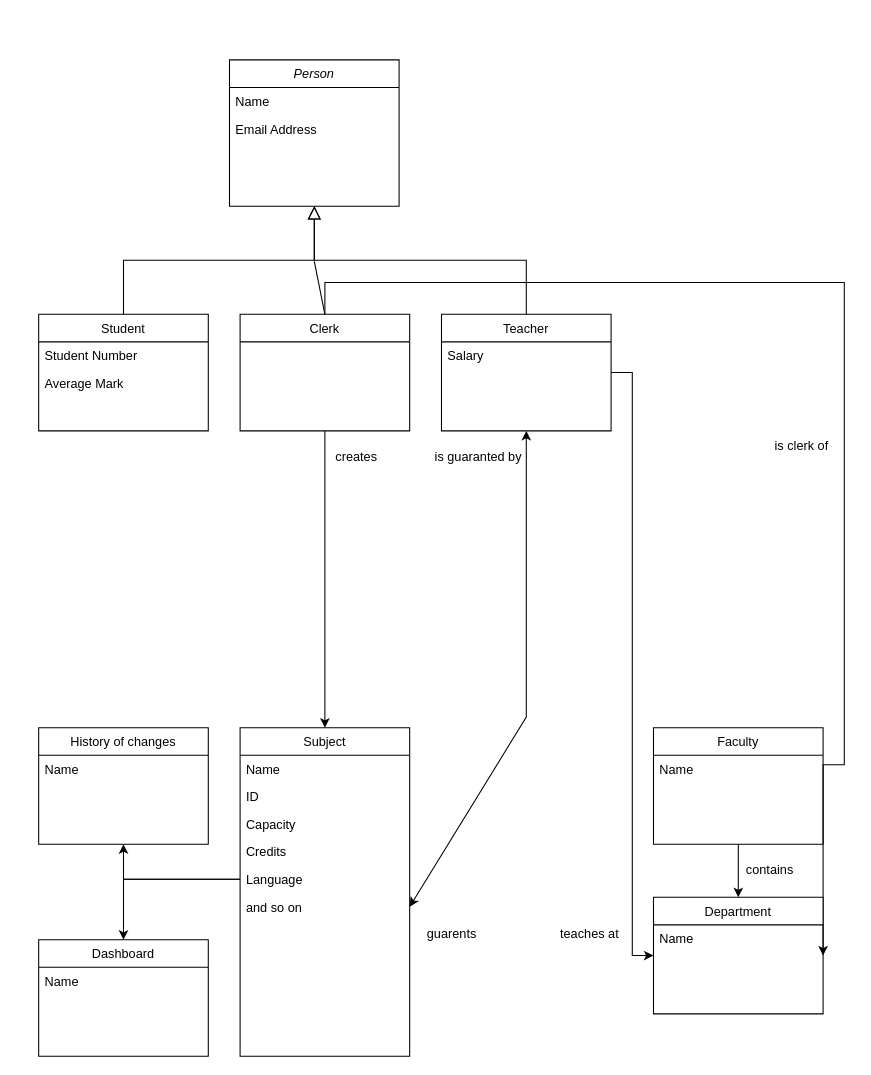
Earlier version of the draw.io diagram data/Domain_model.drawio (vestr-at-work/mff-uk-introduction-to-software-engineering). Source tidied: cells renumbered, new cells numbered last; positions are measured from the earlier drawing's top-left corner, leaving out a move shared by most shapes. Both pictures are drawn from the tidied source at 106%, with x=0, y=0 at pixel (38, 59).
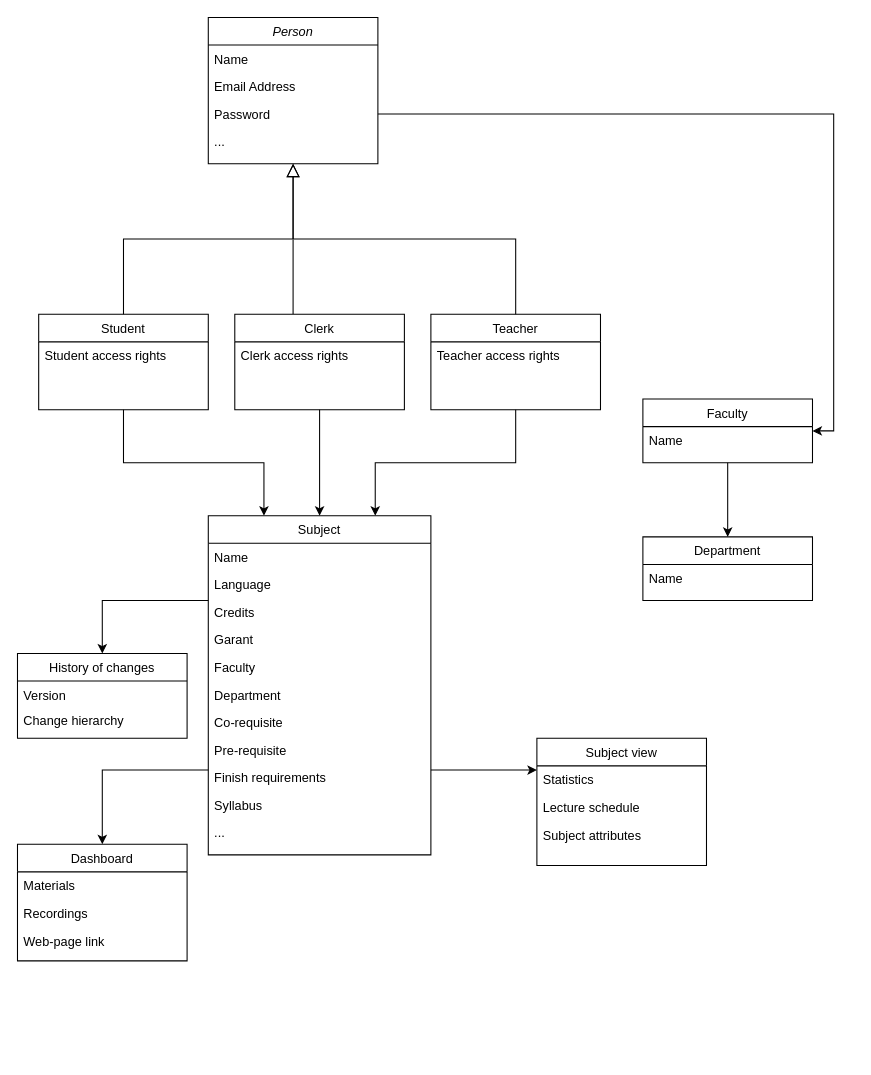
The same diagram, later.

Change to the diagram source:
```diff
@@
     <mxCell id="2" value="Person" style="swimlane;fontStyle=2;align=center;verticalAlign=top;horizontal=1;startSize=26;rounded=0;shadow=0;strokeWidth=1;" parent="1" vertex="1">
-      <mxGeometry x="180" width="160" height="138" as="geometry" />
+      <mxGeometry x="160" y="-40" width="160" height="138" as="geometry" />
     </mxCell>
@@
+    <mxCell id="42" value="Password" style="text;align=left;verticalAlign=top;spacingLeft=4;spacingRight=4;overflow=hidden;points=[[0,0.5],[1,0.5]];portConstraint=eastwest;rounded=0;shadow=0;html=0;" parent="2" vertex="1">
+      <mxGeometry y="78" width="160" height="26" as="geometry" />
+    </mxCell>
+    <mxCell id="43" value="..." style="text;align=left;verticalAlign=top;spacingLeft=4;spacingRight=4;overflow=hidden;rounded=0;shadow=0;html=0;" parent="2" vertex="1">
+      <mxGeometry y="104" width="160" height="26" as="geometry" />
+    </mxCell>
+    <mxCell id="44" style="edgeStyle=orthogonalEdgeStyle;rounded=0;jettySize=auto;html=1;exitX=0.5;exitY=1;exitDx=0;exitDy=0;entryX=0.25;entryY=0;entryDx=0;entryDy=0;" parent="1" edge="1" source="5" target="12">
+      <mxGeometry relative="1" as="geometry" />
+    </mxCell>
     <mxCell id="5" value="Student" style="swimlane;fontStyle=0;align=center;verticalAlign=top;horizontal=1;startSize=26;rounded=0;shadow=0;strokeWidth=1;" parent="1" vertex="1">
-      <mxGeometry y="240" width="160" height="110" as="geometry" />
+      <mxGeometry y="240" width="160" height="90" as="geometry" />
     </mxCell>
-    <mxCell id="6" value="Student Number" style="text;align=left;verticalAlign=top;spacingLeft=4;spacingRight=4;overflow=hidden;" parent="5" vertex="1">
-      <mxGeometry y="26" width="160" height="26" as="geometry" />
-    </mxCell>
-    <mxCell id="7" value="Average Mark" style="text;align=left;verticalAlign=top;spacingLeft=4;spacingRight=4;overflow=hidden;rounded=0;shadow=0;html=0;" parent="5" vertex="1">
-      <mxGeometry y="52" width="160" height="26" as="geometry" />
-    </mxCell>
+    <mxCell id="45" value="Student access rights" style="text;align=left;verticalAlign=top;spacingLeft=4;spacingRight=4;overflow=hidden;" parent="5" vertex="1">
+      <mxGeometry y="26" width="160" height="26" as="geometry" />
+    </mxCell>
@@
+    <mxCell id="46" style="edgeStyle=orthogonalEdgeStyle;rounded=0;jettySize=auto;html=1;exitX=0.5;exitY=1;exitDx=0;exitDy=0;entryX=0.75;entryY=0;entryDx=0;entryDy=0;" parent="1" edge="1" source="9" target="12">
+      <mxGeometry relative="1" as="geometry" />
+    </mxCell>
     <mxCell id="9" value="Teacher" style="swimlane;fontStyle=0;align=center;verticalAlign=top;horizontal=1;startSize=26;rounded=0;shadow=0;strokeWidth=1;" parent="1" vertex="1">
-      <mxGeometry x="380" y="240" width="160" height="110" as="geometry" />
+      <mxGeometry x="370" y="240" width="160" height="90" as="geometry" />
     </mxCell>
-    <mxCell id="10" value="Salary" style="text;align=left;verticalAlign=top;spacingLeft=4;spacingRight=4;overflow=hidden;" parent="9" vertex="1">
-      <mxGeometry y="26" width="160" height="26" as="geometry" />
-    </mxCell>
+    <mxCell id="47" value="Teacher access rights" style="text;align=left;verticalAlign=top;spacingLeft=4;spacingRight=4;overflow=hidden;" parent="9" vertex="1">
+      <mxGeometry y="26" width="160" height="24" as="geometry" />
+    </mxCell>
@@
+    <mxCell id="48" style="edgeStyle=orthogonalEdgeStyle;rounded=0;jettySize=auto;html=1;exitX=1;exitY=0.75;exitDx=0;exitDy=0;entryX=0;entryY=0.25;entryDx=0;entryDy=0;" parent="1" edge="1" source="12" target="63">
+      <mxGeometry relative="1" as="geometry" />
+    </mxCell>
+    <mxCell id="49" style="edgeStyle=orthogonalEdgeStyle;rounded=0;jettySize=auto;html=1;exitX=0;exitY=0.25;exitDx=0;exitDy=0;entryX=0.5;entryY=0;entryDx=0;entryDy=0;" parent="1" edge="1" source="12" target="39">
+      <mxGeometry relative="1" as="geometry">
+        <Array as="points">
+          <mxPoint x="60" y="510" />
+        </Array>
+      </mxGeometry>
+    </mxCell>
+    <mxCell id="50" style="edgeStyle=orthogonalEdgeStyle;rounded=0;jettySize=auto;html=1;exitX=0;exitY=0.75;exitDx=0;exitDy=0;entryX=0.5;entryY=0;entryDx=0;entryDy=0;" parent="1" edge="1" source="12" target="36">
+      <mxGeometry relative="1" as="geometry" />
+    </mxCell>
     <mxCell id="12" value="Subject" style="swimlane;fontStyle=0;align=center;verticalAlign=top;horizontal=1;startSize=26;rounded=0;shadow=0;strokeWidth=1;" parent="1" vertex="1">
-      <mxGeometry x="190" y="630" width="160" height="310" as="geometry" />
+      <mxGeometry x="160" y="430" width="210" height="320" as="geometry" />
     </mxCell>
     <mxCell id="13" value="Name" style="text;align=left;verticalAlign=top;spacingLeft=4;spacingRight=4;overflow=hidden;" parent="12" vertex="1">
-      <mxGeometry y="26" width="160" height="26" as="geometry" />
+      <mxGeometry y="26" width="210" height="26" as="geometry" />
     </mxCell>
-    <mxCell id="14" value="ID" style="text;align=left;verticalAlign=top;spacingLeft=4;spacingRight=4;overflow=hidden;rounded=0;shadow=0;html=0;" parent="12" vertex="1">
-      <mxGeometry y="52" width="160" height="26" as="geometry" />
-    </mxCell>
-    <mxCell id="15" value="Capacity" style="text;align=left;verticalAlign=top;spacingLeft=4;spacingRight=4;overflow=hidden;rounded=0;shadow=0;html=0;" parent="12" vertex="1">
-      <mxGeometry y="78" width="160" height="26" as="geometry" />
-    </mxCell>
+    <mxCell id="17" value="Language" style="text;align=left;verticalAlign=top;spacingLeft=4;spacingRight=4;overflow=hidden;points=[[0,0.5],[1,0.5]];portConstraint=eastwest;" parent="12" vertex="1">
+      <mxGeometry y="52" width="210" height="26" as="geometry" />
+    </mxCell>
-    <mxCell id="16" value="Credits" style="text;align=left;verticalAlign=top;spacingLeft=4;spacingRight=4;overflow=hidden;rounded=0;shadow=0;html=0;" parent="12" vertex="1">
-      <mxGeometry y="104" width="160" height="26" as="geometry" />
+    <mxCell id="16" value="Credits" style="text;align=left;verticalAlign=top;spacingLeft=4;spacingRight=4;overflow=hidden;" parent="12" vertex="1">
+      <mxGeometry y="78" width="210" height="26" as="geometry" />
     </mxCell>
-    <mxCell id="17" value="Language" style="text;align=left;verticalAlign=top;spacingLeft=4;spacingRight=4;overflow=hidden;points=[[0,0.5],[1,0.5]];portConstraint=eastwest;rounded=0;shadow=0;html=0;" parent="12" vertex="1">
-      <mxGeometry y="130" width="160" height="26" as="geometry" />
-    </mxCell>
-    <mxCell id="18" value="and so on" style="text;align=left;verticalAlign=top;spacingLeft=4;spacingRight=4;overflow=hidden;points=[[0,0.5],[1,0.5]];portConstraint=eastwest;" parent="12" vertex="1">
-      <mxGeometry y="156" width="160" height="26" as="geometry" />
-    </mxCell>
-    <mxCell id="19" style="edgeStyle=orthogonalEdgeStyle;rounded=0;jettySize=auto;html=1;entryX=1;entryY=0.5;entryDx=0;entryDy=0;" parent="1" edge="1" source="20" target="31">
-      <mxGeometry relative="1" as="geometry">
-        <Array as="points">
-          <mxPoint x="270" y="210" />
-          <mxPoint x="760" y="210" />
-          <mxPoint x="760" y="665" />
-        </Array>
-      </mxGeometry>
-    </mxCell>
-    <mxCell id="20" value="Clerk" style="swimlane;fontStyle=0;align=center;verticalAlign=top;horizontal=1;startSize=26;rounded=0;shadow=0;strokeWidth=1;" parent="1" vertex="1">
-      <mxGeometry x="190" y="240" width="160" height="110" as="geometry" />
-    </mxCell>
+    <mxCell id="51" value="Garant" style="text;align=left;verticalAlign=top;spacingLeft=4;spacingRight=4;overflow=hidden;" parent="12" vertex="1">
+      <mxGeometry y="104" width="210" height="26" as="geometry" />
+    </mxCell>
+    <mxCell id="52" value="Faculty" style="text;align=left;verticalAlign=top;spacingLeft=4;spacingRight=4;overflow=hidden;" parent="12" vertex="1">
+      <mxGeometry y="130" width="210" height="26" as="geometry" />
+    </mxCell>
+    <mxCell id="53" value="Department" style="text;align=left;verticalAlign=top;spacingLeft=4;spacingRight=4;overflow=hidden;" parent="12" vertex="1">
+      <mxGeometry y="156" width="210" height="26" as="geometry" />
+    </mxCell>
+    <mxCell id="54" value="Co-requisite" style="text;align=left;verticalAlign=top;spacingLeft=4;spacingRight=4;overflow=hidden;" parent="12" vertex="1">
+      <mxGeometry y="182" width="210" height="26" as="geometry" />
+    </mxCell>
+    <mxCell id="55" value="Pre-requisite" style="text;align=left;verticalAlign=top;spacingLeft=4;spacingRight=4;overflow=hidden;" parent="12" vertex="1">
+      <mxGeometry y="208" width="210" height="26" as="geometry" />
+    </mxCell>
+    <mxCell id="56" value="Finish requirements" style="text;align=left;verticalAlign=top;spacingLeft=4;spacingRight=4;overflow=hidden;" parent="12" vertex="1">
+      <mxGeometry y="234" width="210" height="26" as="geometry" />
+    </mxCell>
+    <mxCell id="57" value="Syllabus" style="text;align=left;verticalAlign=top;spacingLeft=4;spacingRight=4;overflow=hidden;" parent="12" vertex="1">
+      <mxGeometry y="260" width="210" height="26" as="geometry" />
+    </mxCell>
+    <mxCell id="58" value="..." style="text;align=left;verticalAlign=top;spacingLeft=4;spacingRight=4;overflow=hidden;" parent="12" vertex="1">
+      <mxGeometry y="286" width="210" height="26" as="geometry" />
+    </mxCell>
-    <mxCell id="21" style="endArrow=none;html=1;rounded=0;exitX=0.5;exitY=0;exitDx=0;exitDy=0;" parent="1" edge="1" source="20">
+    <mxCell id="21" style="endArrow=none;html=1;rounded=0;exitX=0.5;exitY=0;exitDx=0;exitDy=0;" parent="1" edge="1">
       <mxGeometry relative="1" as="geometry">
-        <mxPoint x="260" y="190" as="targetPoint" />
+        <mxPoint x="240" y="240" as="sourcePoint" />
+        <mxPoint x="240" y="170" as="targetPoint" />
       </mxGeometry>
     </mxCell>
-    <mxCell id="22" value="creates" style="text;html=1;strokeColor=none;fillColor=none;align=center;verticalAlign=middle;whiteSpace=wrap;rounded=0;" parent="1" vertex="1">
-      <mxGeometry x="270" y="360" width="60" height="30" as="geometry" />
-    </mxCell>
@@
-    <mxCell id="24" style="endArrow=classic;startArrow=classic;html=1;rounded=0;entryX=0.5;entryY=1;entryDx=0;entryDy=0;exitX=1;exitY=0.5;exitDx=0;exitDy=0;" parent="1" edge="1" source="18" target="9">
-      <mxGeometry relative="1" as="geometry">
-        <Array as="points">
-          <mxPoint x="460" y="620" />
-        </Array>
-      </mxGeometry>
-    </mxCell>
-    <mxCell id="25" value="guarents" style="text;html=1;strokeColor=none;fillColor=none;align=center;verticalAlign=middle;whiteSpace=wrap;rounded=0;" parent="1" vertex="1">
-      <mxGeometry x="360" y="810" width="60" height="30" as="geometry" />
-    </mxCell>
-    <mxCell id="26" value="is guaranted by" style="text;html=1;strokeColor=none;fillColor=none;align=center;verticalAlign=middle;whiteSpace=wrap;rounded=0;" parent="1" vertex="1">
-      <mxGeometry x="370" y="360" width="90" height="30" as="geometry" />
-    </mxCell>
@@
     <mxCell id="28" value="Faculty" style="swimlane;fontStyle=0;align=center;verticalAlign=top;horizontal=1;startSize=26;rounded=0;shadow=0;strokeWidth=1;" parent="1" vertex="1">
-      <mxGeometry x="580" y="630" width="160" height="110" as="geometry" />
+      <mxGeometry x="570" y="320" width="160" height="60" as="geometry" />
     </mxCell>
     <mxCell id="29" value="Name" style="text;align=left;verticalAlign=top;spacingLeft=4;spacingRight=4;overflow=hidden;" parent="28" vertex="1">
-      <mxGeometry y="26" width="160" height="26" as="geometry" />
+      <mxGeometry y="26" width="160" height="24" as="geometry" />
     </mxCell>
-    <mxCell id="30" style="edgeStyle=orthogonalEdgeStyle;rounded=0;jettySize=auto;html=1;exitX=1;exitY=0.5;exitDx=0;exitDy=0;entryX=0;entryY=0.5;entryDx=0;entryDy=0;" parent="1" edge="1" source="9" target="31">
-      <mxGeometry relative="1" as="geometry" />
-    </mxCell>
     <mxCell id="31" value="Department" style="swimlane;fontStyle=0;align=center;verticalAlign=top;horizontal=1;startSize=26;rounded=0;shadow=0;strokeWidth=1;" parent="1" vertex="1">
-      <mxGeometry x="580" y="790" width="160" height="110" as="geometry" />
+      <mxGeometry x="570" y="450" width="160" height="60" as="geometry" />
     </mxCell>
@@
-    <mxCell id="33" value="contains" style="text;html=1;strokeColor=none;fillColor=none;align=center;verticalAlign=middle;whiteSpace=wrap;rounded=0;" parent="1" vertex="1">
-      <mxGeometry x="660" y="750" width="60" height="30" as="geometry" />
-    </mxCell>
-    <mxCell id="34" value="teaches at" style="text;html=1;strokeColor=none;fillColor=none;align=center;verticalAlign=middle;whiteSpace=wrap;rounded=0;" parent="1" vertex="1">
-      <mxGeometry x="490" y="810" width="60" height="30" as="geometry" />
-    </mxCell>
-    <mxCell id="35" value="is clerk of" style="text;html=1;strokeColor=none;fillColor=none;align=center;verticalAlign=middle;whiteSpace=wrap;rounded=0;" parent="1" vertex="1">
-      <mxGeometry x="690" y="350" width="60" height="30" as="geometry" />
-    </mxCell>
     <mxCell id="36" value="Dashboard" style="swimlane;fontStyle=0;align=center;verticalAlign=top;horizontal=1;startSize=26;rounded=0;shadow=0;strokeWidth=1;" parent="1" vertex="1">
-      <mxGeometry y="830" width="160" height="110" as="geometry" />
+      <mxGeometry x="-20" y="740" width="160" height="110" as="geometry" />
     </mxCell>
-    <mxCell id="37" value="Name" style="text;align=left;verticalAlign=top;spacingLeft=4;spacingRight=4;overflow=hidden;" parent="36" vertex="1">
+    <mxCell id="37" value="Materials" style="text;align=left;verticalAlign=top;spacingLeft=4;spacingRight=4;overflow=hidden;" parent="36" vertex="1">
       <mxGeometry y="26" width="160" height="26" as="geometry" />
     </mxCell>
-    <mxCell id="38" style="edgeStyle=orthogonalEdgeStyle;rounded=0;jettySize=auto;html=1;" parent="1" edge="1" source="17" target="36">
-      <mxGeometry relative="1" as="geometry" />
-    </mxCell>
+    <mxCell id="59" value="Recordings" style="text;align=left;verticalAlign=top;spacingLeft=4;spacingRight=4;overflow=hidden;" parent="36" vertex="1">
+      <mxGeometry y="52" width="160" height="26" as="geometry" />
+    </mxCell>
+    <mxCell id="60" value="Web-page link" style="text;align=left;verticalAlign=top;spacingLeft=4;spacingRight=4;overflow=hidden;" parent="36" vertex="1">
+      <mxGeometry y="78" width="160" height="26" as="geometry" />
+    </mxCell>
     <mxCell id="39" value="History of changes" style="swimlane;fontStyle=0;align=center;verticalAlign=top;horizontal=1;startSize=26;rounded=0;shadow=0;strokeWidth=1;" parent="1" vertex="1">
-      <mxGeometry y="630" width="160" height="110" as="geometry" />
+      <mxGeometry x="-20" y="560" width="160" height="80" as="geometry" />
     </mxCell>
-    <mxCell id="40" value="Name" style="text;align=left;verticalAlign=top;spacingLeft=4;spacingRight=4;overflow=hidden;" parent="39" vertex="1">
-      <mxGeometry y="26" width="160" height="26" as="geometry" />
+    <mxCell id="40" value="Version" style="text;align=left;verticalAlign=top;spacingLeft=4;spacingRight=4;overflow=hidden;" parent="39" vertex="1">
+      <mxGeometry y="26" width="160" height="24" as="geometry" />
     </mxCell>
-    <mxCell id="41" style="edgeStyle=orthogonalEdgeStyle;rounded=0;jettySize=auto;html=1;entryX=0.5;entryY=1;entryDx=0;entryDy=0;" parent="1" edge="1" source="17" target="39">
-      <mxGeometry relative="1" as="geometry" />
-    </mxCell>
+    <mxCell id="61" value="Change hierarchy" style="text;align=left;verticalAlign=top;spacingLeft=4;spacingRight=4;overflow=hidden;" parent="39" vertex="1">
+      <mxGeometry y="50" width="160" height="24" as="geometry" />
+    </mxCell>
+    <mxCell id="20" value="Clerk" style="swimlane;fontStyle=0;align=center;verticalAlign=top;horizontal=1;startSize=26;rounded=0;shadow=0;strokeWidth=1;" parent="1" vertex="1">
+      <mxGeometry x="185" y="240" width="160" height="90" as="geometry" />
+    </mxCell>
+    <mxCell id="62" value="Clerk access rights" style="text;align=left;verticalAlign=top;spacingLeft=4;spacingRight=4;overflow=hidden;" parent="20" vertex="1">
+      <mxGeometry y="26" width="160" height="26" as="geometry" />
+    </mxCell>
+    <mxCell id="63" value="Subject view" style="swimlane;fontStyle=0;align=center;verticalAlign=top;horizontal=1;startSize=26;rounded=0;shadow=0;strokeWidth=1;" parent="1" vertex="1">
+      <mxGeometry x="470" y="640" width="160" height="120" as="geometry" />
+    </mxCell>
+    <mxCell id="64" value="Statistics" style="text;align=left;verticalAlign=top;spacingLeft=4;spacingRight=4;overflow=hidden;" parent="63" vertex="1">
+      <mxGeometry y="26" width="160" height="26" as="geometry" />
+    </mxCell>
+    <mxCell id="65" value="Lecture schedule" style="text;align=left;verticalAlign=top;spacingLeft=4;spacingRight=4;overflow=hidden;" parent="63" vertex="1">
+      <mxGeometry y="52" width="160" height="26" as="geometry" />
+    </mxCell>
+    <mxCell id="66" value="Subject attributes" style="text;align=left;verticalAlign=top;spacingLeft=4;spacingRight=4;overflow=hidden;" parent="63" vertex="1">
+      <mxGeometry y="78" width="160" height="32" as="geometry" />
+    </mxCell>
+    <mxCell id="67" style="edgeStyle=orthogonalEdgeStyle;rounded=0;jettySize=auto;html=1;exitX=1;exitY=0.5;exitDx=0;exitDy=0;entryX=1;entryY=0.5;entryDx=0;entryDy=0;" parent="1" edge="1" source="42" target="28">
+      <mxGeometry relative="1" as="geometry" />
+    </mxCell>
```
